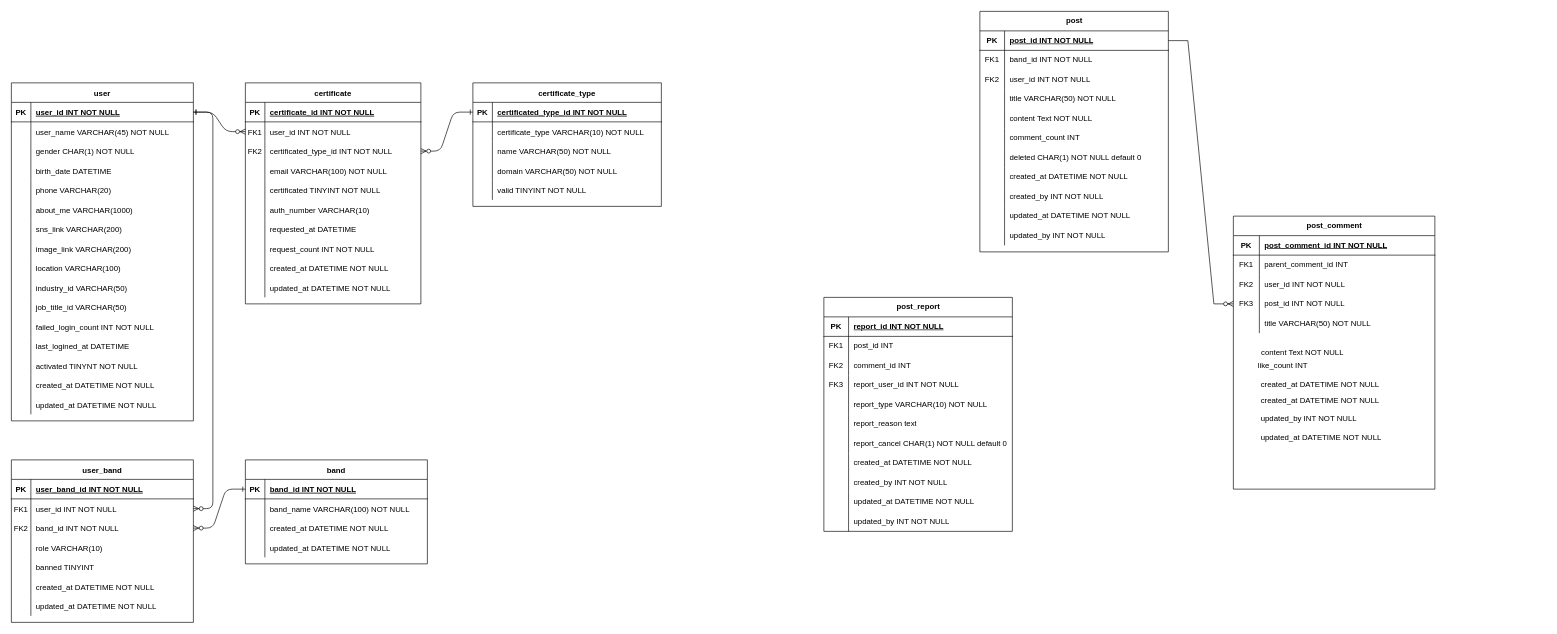
The draw.io diagram ERD.drawio in Peer-Band/Peer-Band-DB, before the edit. Source tidied: cells renumbered, new cells numbered last; positions are measured from the earlier drawing's top-left corner, leaving out a move shared by most shapes. Both pictures are drawn from the tidied source at 65%, with x=0, y=0 at pixel (11, 11).
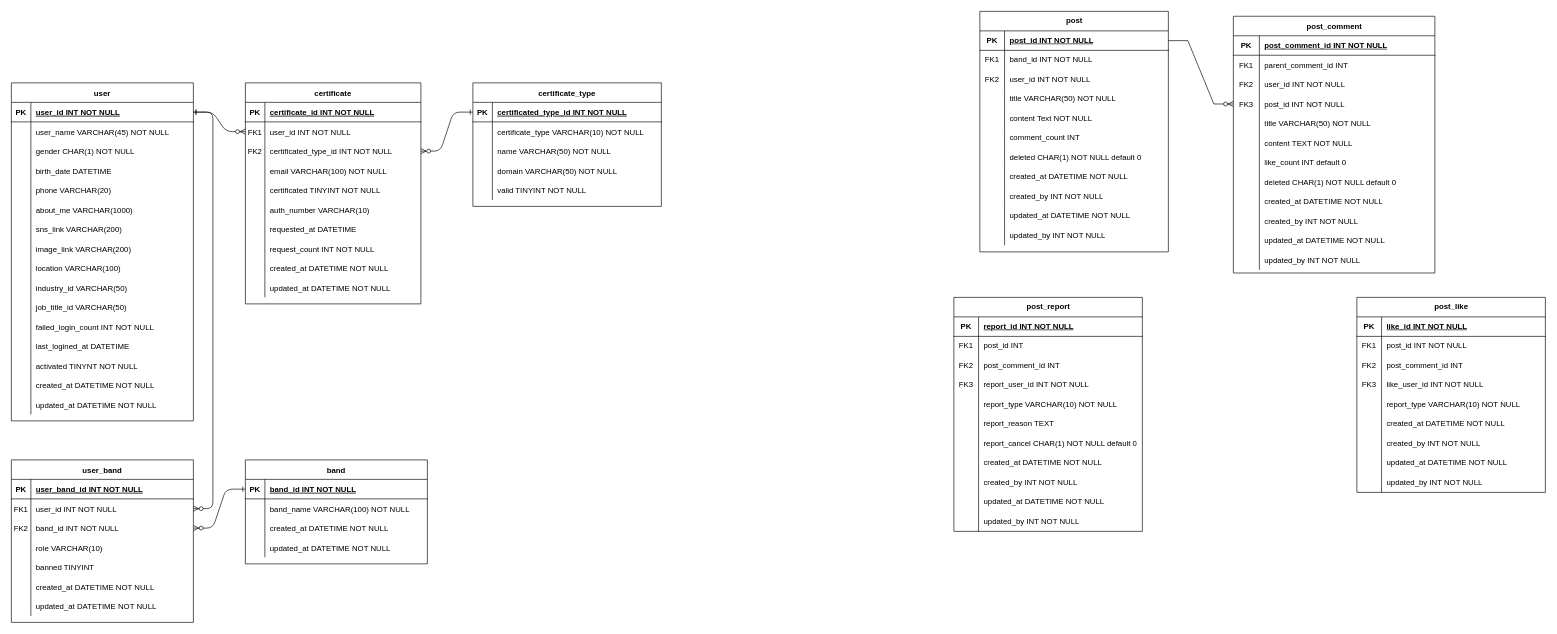
Above is the later version.

The change refers to these unchanged cells:
```xml
<mxCell id="138" style="shape=tableRow;horizontal=0;startSize=0;swimlaneHead=0;swimlaneBody=0;fillColor=none;points=[[0,0.5],[1,0.5]];portConstraint=eastwest;top=0;left=0;right=0;bottom=1;" parent="137" vertex="1">
  <mxGeometry y="30" width="290" height="30" as="geometry" />
</mxCell>
<mxCell id="181" style="shape=tableRow;horizontal=0;startSize=0;swimlaneHead=0;swimlaneBody=0;fillColor=none;points=[[0,0.5],[1,0.5]];portConstraint=eastwest;top=0;left=0;right=0;bottom=0;" parent="171" vertex="1">
  <mxGeometry y="120" width="310" height="30" as="geometry" />
</mxCell>
<mxCell id="201" style="shape=tableRow;horizontal=0;startSize=0;swimlaneHead=0;swimlaneBody=0;fillColor=none;top=0;left=0;right=0;bottom=0;" parent="194" vertex="1">
  <mxGeometry y="90" width="290" height="30" as="geometry" />
</mxCell>
<mxCell id="210" style="shape=tableRow;horizontal=0;startSize=0;swimlaneHead=0;swimlaneBody=0;fillColor=none;top=0;left=0;right=0;bottom=0;" parent="194" vertex="1">
  <mxGeometry y="180" width="290" height="30" as="geometry" />
</mxCell>
```

The edit, as a diff of the source:
```diff
@@
     <mxCell id="171" value="post_comment" style="shape=table;startSize=30;childLayout=tableLayout;rowLines=0;fontStyle=1;align=center;html=1;" parent="1" vertex="1">
-      <mxGeometry x="1880" y="315" width="310" height="420" as="geometry" />
+      <mxGeometry x="1880" y="7.5" width="310" height="395" as="geometry" />
     </mxCell>
@@
-    <mxCell id="187" value="content Text NOT NULL" style="shape=partialRectangle;fillColor=none;top=0;left=0;bottom=0;right=0;align=left;spacingLeft=6;overflow=hidden;whiteSpace=wrap;html=1;" parent="1" vertex="1">
-      <mxGeometry x="1914.5" y="510" width="260" height="30" as="geometry" />
-    </mxCell>
-    <mxCell id="188" value="like_count INT&amp;nbsp;" style="shape=partialRectangle;fillColor=none;top=0;left=0;bottom=0;right=0;align=left;spacingLeft=6;overflow=hidden;whiteSpace=wrap;html=1;" parent="1" vertex="1">
-      <mxGeometry x="1910" y="530" width="260" height="30" as="geometry" />
-    </mxCell>
-    <mxCell id="189" value="created_at DATETIME NOT NULL" style="shape=partialRectangle;overflow=hidden;fillColor=none;top=0;left=0;bottom=0;right=0;align=left;spacingLeft=6;" parent="1" vertex="1">
-      <mxGeometry x="1914.5" y="583" width="240" height="30" as="geometry" />
-    </mxCell>
-    <mxCell id="190" value="updated_by INT NOT NULL" style="shape=partialRectangle;overflow=hidden;fillColor=none;top=0;left=0;bottom=0;right=0;align=left;spacingLeft=6;" parent="1" vertex="1">
-      <mxGeometry x="1914.5" y="610" width="240" height="30" as="geometry" />
-    </mxCell>
-    <mxCell id="191" value="updated_at DATETIME NOT NULL" style="shape=partialRectangle;overflow=hidden;fillColor=none;top=0;left=0;bottom=0;right=0;align=left;spacingLeft=6;" parent="1" vertex="1">
-      <mxGeometry x="1914.5" y="640" width="240" height="30" as="geometry" />
-    </mxCell>
-    <mxCell id="192" value="created_at DATETIME NOT NULL" style="shape=partialRectangle;overflow=hidden;fillColor=none;top=0;left=0;bottom=0;right=0;align=left;spacingLeft=6;" parent="1" vertex="1">
-      <mxGeometry x="1914.5" y="558" width="240" height="30" as="geometry" />
-    </mxCell>
+    <mxCell id="228" style="shape=tableRow;horizontal=0;startSize=0;swimlaneHead=0;swimlaneBody=0;fillColor=none;top=0;left=0;right=0;bottom=0;" parent="171" vertex="1">
+      <mxGeometry y="180" width="310" height="30" as="geometry" />
+    </mxCell>
+    <mxCell id="229" style="shape=partialRectangle;fillColor=none;top=0;left=0;bottom=0;right=0;overflow=hidden;whiteSpace=wrap;html=1;" parent="228" vertex="1">
+      <mxGeometry width="40" height="30" as="geometry" />
+    </mxCell>
+    <mxCell id="230" value="content TEXT NOT NULL" style="shape=partialRectangle;fillColor=none;top=0;left=0;bottom=0;right=0;align=left;spacingLeft=6;overflow=hidden;whiteSpace=wrap;html=1;" parent="228" vertex="1">
+      <mxGeometry x="40" width="270" height="30" as="geometry" />
+    </mxCell>
+    <mxCell id="231" style="shape=tableRow;horizontal=0;startSize=0;swimlaneHead=0;swimlaneBody=0;fillColor=none;top=0;left=0;right=0;bottom=0;" parent="171" vertex="1">
+      <mxGeometry y="210" width="310" height="30" as="geometry" />
+    </mxCell>
+    <mxCell id="232" style="shape=partialRectangle;fillColor=none;top=0;left=0;bottom=0;right=0;overflow=hidden;whiteSpace=wrap;html=1;" parent="231" vertex="1">
+      <mxGeometry width="40" height="30" as="geometry" />
+    </mxCell>
+    <mxCell id="233" value="like_count INT default 0" style="shape=partialRectangle;fillColor=none;top=0;left=0;bottom=0;right=0;align=left;spacingLeft=6;overflow=hidden;whiteSpace=wrap;html=1;" parent="231" vertex="1">
+      <mxGeometry x="40" width="270" height="30" as="geometry" />
+    </mxCell>
+    <mxCell id="234" style="shape=tableRow;horizontal=0;startSize=0;swimlaneHead=0;swimlaneBody=0;fillColor=none;top=0;left=0;right=0;bottom=0;" parent="171" vertex="1">
+      <mxGeometry y="240" width="310" height="30" as="geometry" />
+    </mxCell>
+    <mxCell id="235" style="shape=partialRectangle;fillColor=none;top=0;left=0;bottom=0;right=0;overflow=hidden;whiteSpace=wrap;html=1;" parent="234" vertex="1">
+      <mxGeometry width="40" height="30" as="geometry" />
+    </mxCell>
+    <mxCell id="236" value="deleted&amp;nbsp;CHAR(1) NOT NULL default 0" style="shape=partialRectangle;fillColor=none;top=0;left=0;bottom=0;right=0;align=left;spacingLeft=6;overflow=hidden;whiteSpace=wrap;html=1;" parent="234" vertex="1">
+      <mxGeometry x="40" width="270" height="30" as="geometry" />
+    </mxCell>
+    <mxCell id="237" style="shape=tableRow;horizontal=0;startSize=0;swimlaneHead=0;swimlaneBody=0;fillColor=none;top=0;left=0;right=0;bottom=0;" parent="171" vertex="1">
+      <mxGeometry y="270" width="310" height="30" as="geometry" />
+    </mxCell>
+    <mxCell id="238" style="shape=partialRectangle;fillColor=none;top=0;left=0;bottom=0;right=0;overflow=hidden;whiteSpace=wrap;html=1;" parent="237" vertex="1">
+      <mxGeometry width="40" height="30" as="geometry" />
+    </mxCell>
+    <mxCell id="239" value="created_at DATETIME NOT NULL" style="shape=partialRectangle;fillColor=none;top=0;left=0;bottom=0;right=0;align=left;spacingLeft=6;overflow=hidden;whiteSpace=wrap;html=1;" parent="237" vertex="1">
+      <mxGeometry x="40" width="270" height="30" as="geometry" />
+    </mxCell>
+    <mxCell id="240" style="shape=tableRow;horizontal=0;startSize=0;swimlaneHead=0;swimlaneBody=0;fillColor=none;top=0;left=0;right=0;bottom=0;" parent="171" vertex="1">
+      <mxGeometry y="300" width="310" height="30" as="geometry" />
+    </mxCell>
+    <mxCell id="241" style="shape=partialRectangle;fillColor=none;top=0;left=0;bottom=0;right=0;overflow=hidden;whiteSpace=wrap;html=1;" parent="240" vertex="1">
+      <mxGeometry width="40" height="30" as="geometry" />
+    </mxCell>
+    <mxCell id="242" value="created_by INT NOT NULL" style="shape=partialRectangle;fillColor=none;top=0;left=0;bottom=0;right=0;align=left;spacingLeft=6;overflow=hidden;whiteSpace=wrap;html=1;" parent="240" vertex="1">
+      <mxGeometry x="40" width="270" height="30" as="geometry" />
+    </mxCell>
+    <mxCell id="243" style="shape=tableRow;horizontal=0;startSize=0;swimlaneHead=0;swimlaneBody=0;fillColor=none;top=0;left=0;right=0;bottom=0;" parent="171" vertex="1">
+      <mxGeometry y="330" width="310" height="30" as="geometry" />
+    </mxCell>
+    <mxCell id="244" style="shape=partialRectangle;fillColor=none;top=0;left=0;bottom=0;right=0;overflow=hidden;whiteSpace=wrap;html=1;" parent="243" vertex="1">
+      <mxGeometry width="40" height="30" as="geometry" />
+    </mxCell>
+    <mxCell id="245" value="updated_at DATETIME NOT NULL" style="shape=partialRectangle;fillColor=none;top=0;left=0;bottom=0;right=0;align=left;spacingLeft=6;overflow=hidden;whiteSpace=wrap;html=1;" parent="243" vertex="1">
+      <mxGeometry x="40" width="270" height="30" as="geometry" />
+    </mxCell>
+    <mxCell id="246" style="shape=tableRow;horizontal=0;startSize=0;swimlaneHead=0;swimlaneBody=0;fillColor=none;top=0;left=0;right=0;bottom=0;" parent="171" vertex="1">
+      <mxGeometry y="360" width="310" height="30" as="geometry" />
+    </mxCell>
+    <mxCell id="247" style="shape=partialRectangle;fillColor=none;top=0;left=0;bottom=0;right=0;overflow=hidden;whiteSpace=wrap;html=1;" parent="246" vertex="1">
+      <mxGeometry width="40" height="30" as="geometry" />
+    </mxCell>
+    <mxCell id="248" value="updated_by INT NOT NULL" style="shape=partialRectangle;fillColor=none;top=0;left=0;bottom=0;right=0;align=left;spacingLeft=6;overflow=hidden;whiteSpace=wrap;html=1;" parent="246" vertex="1">
+      <mxGeometry x="40" width="270" height="30" as="geometry" />
+    </mxCell>
     <mxCell id="193" style="edgeStyle=entityRelationEdgeStyle;fontSize=12;html=1;endArrow=ERzeroToMany;endFill=1;rounded=0;exitX=1;exitY=0.5;exitDx=0;exitDy=0;entryX=0;entryY=0.5;entryDx=0;entryDy=0;" parent="1" edge="1" source="138" target="181">
-      <mxGeometry relative="1" as="geometry" />
+      <mxGeometry relative="1" as="geometry">
+        <Array as="points">
+          <mxPoint x="1850" y="50" />
+        </Array>
+      </mxGeometry>
     </mxCell>
     <mxCell id="194" value="post_report" style="shape=table;startSize=30;childLayout=tableLayout;rowLines=0;fontStyle=1;align=center;html=1;" parent="1" vertex="1">
-      <mxGeometry x="1250" y="440" width="290" height="360" as="geometry" />
+      <mxGeometry x="1450" y="440" width="290" height="360" as="geometry" />
     </mxCell>
@@
-    <mxCell id="203" value="comment_id INT&amp;nbsp;" style="shape=partialRectangle;fillColor=none;top=0;left=0;bottom=0;right=0;align=left;spacingLeft=6;overflow=hidden;whiteSpace=wrap;html=1;" parent="201" vertex="1">
+    <mxCell id="203" value="post_comment_id INT&amp;nbsp;" style="shape=partialRectangle;fillColor=none;top=0;left=0;bottom=0;right=0;align=left;spacingLeft=6;overflow=hidden;whiteSpace=wrap;html=1;" parent="201" vertex="1">
       <mxGeometry x="38" width="252" height="30" as="geometry" />
     </mxCell>
@@
-    <mxCell id="212" value="report_reason text" style="shape=partialRectangle;fillColor=none;top=0;left=0;bottom=0;right=0;align=left;spacingLeft=6;overflow=hidden;whiteSpace=wrap;html=1;" parent="210" vertex="1">
+    <mxCell id="212" value="report_reason TEXT" style="shape=partialRectangle;fillColor=none;top=0;left=0;bottom=0;right=0;align=left;spacingLeft=6;overflow=hidden;whiteSpace=wrap;html=1;" parent="210" vertex="1">
       <mxGeometry x="38" width="252" height="30" as="geometry" />
     </mxCell>
@@
+    <mxCell id="249" value="post_like" style="shape=table;startSize=30;childLayout=tableLayout;rowLines=0;fontStyle=1;align=center;html=1;" parent="1" vertex="1">
+      <mxGeometry x="2070" y="440" width="290" height="300" as="geometry" />
+    </mxCell>
+    <mxCell id="250" style="shape=tableRow;horizontal=0;startSize=0;swimlaneHead=0;swimlaneBody=0;fillColor=none;top=0;left=0;right=0;bottom=1;" parent="249" vertex="1">
+      <mxGeometry y="30" width="290" height="30" as="geometry" />
+    </mxCell>
+    <mxCell id="251" value="PK" style="shape=partialRectangle;fillColor=none;top=0;left=0;bottom=0;right=0;fontStyle=1;overflow=hidden;whiteSpace=wrap;html=1;" parent="250" vertex="1">
+      <mxGeometry width="38" height="30" as="geometry" />
+    </mxCell>
+    <mxCell id="252" value="like_id INT NOT NULL" style="shape=partialRectangle;fillColor=none;top=0;left=0;bottom=0;right=0;align=left;spacingLeft=6;fontStyle=5;overflow=hidden;whiteSpace=wrap;html=1;" parent="250" vertex="1">
+      <mxGeometry x="38" width="252" height="30" as="geometry" />
+    </mxCell>
+    <mxCell id="253" style="shape=tableRow;horizontal=0;startSize=0;swimlaneHead=0;swimlaneBody=0;fillColor=none;top=0;left=0;right=0;bottom=0;" parent="249" vertex="1">
+      <mxGeometry y="60" width="290" height="30" as="geometry" />
+    </mxCell>
+    <mxCell id="254" value="FK1" style="shape=partialRectangle;fillColor=none;top=0;left=0;bottom=0;right=0;overflow=hidden;whiteSpace=wrap;html=1;" parent="253" vertex="1">
+      <mxGeometry width="38" height="30" as="geometry" />
+    </mxCell>
+    <mxCell id="255" value="post_id INT NOT NULL" style="shape=partialRectangle;fillColor=none;top=0;left=0;bottom=0;right=0;align=left;spacingLeft=6;overflow=hidden;whiteSpace=wrap;html=1;" parent="253" vertex="1">
+      <mxGeometry x="38" width="252" height="30" as="geometry" />
+    </mxCell>
+    <mxCell id="256" style="shape=tableRow;horizontal=0;startSize=0;swimlaneHead=0;swimlaneBody=0;fillColor=none;top=0;left=0;right=0;bottom=0;" parent="249" vertex="1">
+      <mxGeometry y="90" width="290" height="30" as="geometry" />
+    </mxCell>
+    <mxCell id="257" value="FK2" style="shape=partialRectangle;fillColor=none;top=0;left=0;bottom=0;right=0;overflow=hidden;whiteSpace=wrap;html=1;" parent="256" vertex="1">
+      <mxGeometry width="38" height="30" as="geometry" />
+    </mxCell>
+    <mxCell id="258" value="post_comment_id INT&amp;nbsp;" style="shape=partialRectangle;fillColor=none;top=0;left=0;bottom=0;right=0;align=left;spacingLeft=6;overflow=hidden;whiteSpace=wrap;html=1;" parent="256" vertex="1">
+      <mxGeometry x="38" width="252" height="30" as="geometry" />
+    </mxCell>
+    <mxCell id="259" style="shape=tableRow;horizontal=0;startSize=0;swimlaneHead=0;swimlaneBody=0;fillColor=none;top=0;left=0;right=0;bottom=0;" parent="249" vertex="1">
+      <mxGeometry y="120" width="290" height="30" as="geometry" />
+    </mxCell>
+    <mxCell id="260" value="FK3" style="shape=partialRectangle;fillColor=none;top=0;left=0;bottom=0;right=0;overflow=hidden;whiteSpace=wrap;html=1;" parent="259" vertex="1">
+      <mxGeometry width="38" height="30" as="geometry" />
+    </mxCell>
+    <mxCell id="261" value="like_user_id INT NOT NULL" style="shape=partialRectangle;fillColor=none;top=0;left=0;bottom=0;right=0;align=left;spacingLeft=6;overflow=hidden;whiteSpace=wrap;html=1;" parent="259" vertex="1">
+      <mxGeometry x="38" width="252" height="30" as="geometry" />
+    </mxCell>
+    <mxCell id="262" style="shape=tableRow;horizontal=0;startSize=0;swimlaneHead=0;swimlaneBody=0;fillColor=none;top=0;left=0;right=0;bottom=0;" parent="249" vertex="1">
+      <mxGeometry y="150" width="290" height="30" as="geometry" />
+    </mxCell>
+    <mxCell id="263" style="shape=partialRectangle;fillColor=none;top=0;left=0;bottom=0;right=0;overflow=hidden;whiteSpace=wrap;html=1;" parent="262" vertex="1">
+      <mxGeometry width="38" height="30" as="geometry" />
+    </mxCell>
+    <mxCell id="264" value="report_type VARCHAR(10) NOT NULL" style="shape=partialRectangle;fillColor=none;top=0;left=0;bottom=0;right=0;align=left;spacingLeft=6;overflow=hidden;whiteSpace=wrap;html=1;" parent="262" vertex="1">
+      <mxGeometry x="38" width="252" height="30" as="geometry" />
+    </mxCell>
+    <mxCell id="265" style="shape=tableRow;horizontal=0;startSize=0;swimlaneHead=0;swimlaneBody=0;fillColor=none;top=0;left=0;right=0;bottom=0;" parent="249" vertex="1">
+      <mxGeometry y="180" width="290" height="30" as="geometry" />
+    </mxCell>
+    <mxCell id="266" style="shape=partialRectangle;fillColor=none;top=0;left=0;bottom=0;right=0;overflow=hidden;whiteSpace=wrap;html=1;" parent="265" vertex="1">
+      <mxGeometry width="38" height="30" as="geometry" />
+    </mxCell>
+    <mxCell id="267" value="created_at DATETIME NOT NULL" style="shape=partialRectangle;fillColor=none;top=0;left=0;bottom=0;right=0;align=left;spacingLeft=6;overflow=hidden;whiteSpace=wrap;html=1;" parent="265" vertex="1">
+      <mxGeometry x="38" width="252" height="30" as="geometry" />
+    </mxCell>
+    <mxCell id="268" style="shape=tableRow;horizontal=0;startSize=0;swimlaneHead=0;swimlaneBody=0;fillColor=none;top=0;left=0;right=0;bottom=0;" parent="249" vertex="1">
+      <mxGeometry y="210" width="290" height="30" as="geometry" />
+    </mxCell>
+    <mxCell id="269" style="shape=partialRectangle;fillColor=none;top=0;left=0;bottom=0;right=0;overflow=hidden;whiteSpace=wrap;html=1;" parent="268" vertex="1">
+      <mxGeometry width="38" height="30" as="geometry" />
+    </mxCell>
+    <mxCell id="270" value="created_by INT NOT NULL" style="shape=partialRectangle;fillColor=none;top=0;left=0;bottom=0;right=0;align=left;spacingLeft=6;overflow=hidden;whiteSpace=wrap;html=1;" parent="268" vertex="1">
+      <mxGeometry x="38" width="252" height="30" as="geometry" />
+    </mxCell>
+    <mxCell id="271" style="shape=tableRow;horizontal=0;startSize=0;swimlaneHead=0;swimlaneBody=0;fillColor=none;top=0;left=0;right=0;bottom=0;" parent="249" vertex="1">
+      <mxGeometry y="240" width="290" height="30" as="geometry" />
+    </mxCell>
+    <mxCell id="272" style="shape=partialRectangle;fillColor=none;top=0;left=0;bottom=0;right=0;overflow=hidden;whiteSpace=wrap;html=1;" parent="271" vertex="1">
+      <mxGeometry width="38" height="30" as="geometry" />
+    </mxCell>
+    <mxCell id="273" value="updated_at DATETIME NOT NULL" style="shape=partialRectangle;fillColor=none;top=0;left=0;bottom=0;right=0;align=left;spacingLeft=6;overflow=hidden;whiteSpace=wrap;html=1;" parent="271" vertex="1">
+      <mxGeometry x="38" width="252" height="30" as="geometry" />
+    </mxCell>
+    <mxCell id="274" style="shape=tableRow;horizontal=0;startSize=0;swimlaneHead=0;swimlaneBody=0;fillColor=none;top=0;left=0;right=0;bottom=0;" parent="249" vertex="1">
+      <mxGeometry y="270" width="290" height="30" as="geometry" />
+    </mxCell>
+    <mxCell id="275" style="shape=partialRectangle;fillColor=none;top=0;left=0;bottom=0;right=0;overflow=hidden;whiteSpace=wrap;html=1;" parent="274" vertex="1">
+      <mxGeometry width="38" height="30" as="geometry" />
+    </mxCell>
+    <mxCell id="276" value="updated_by INT NOT NULL" style="shape=partialRectangle;fillColor=none;top=0;left=0;bottom=0;right=0;align=left;spacingLeft=6;overflow=hidden;whiteSpace=wrap;html=1;" parent="274" vertex="1">
+      <mxGeometry x="38" width="252" height="30" as="geometry" />
+    </mxCell>
```
